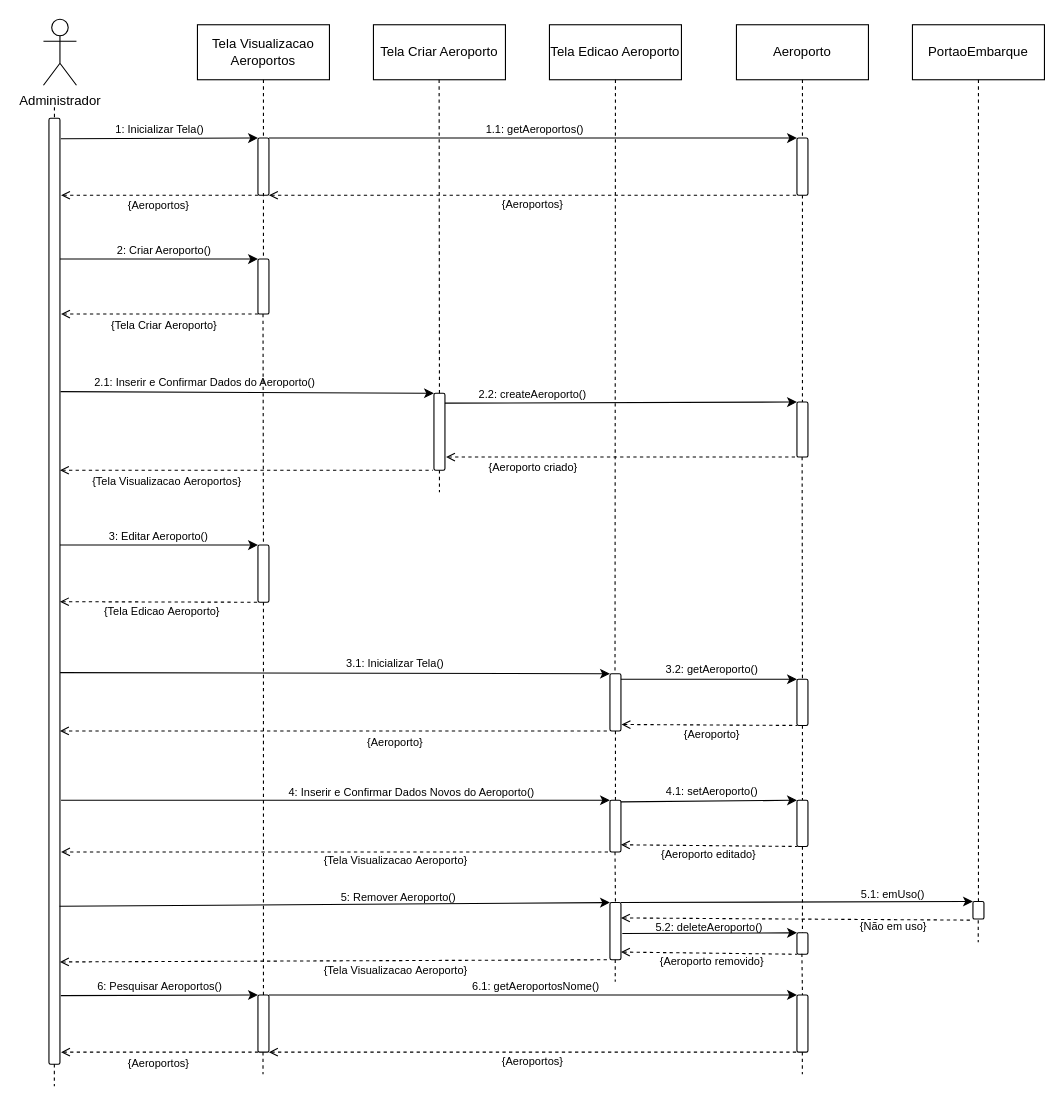
The draw.io diagram Diagramas/Eng_de_Software/Modelos/Sequencia/Manter_Aeroportos.drawio in GabrielGMori/trabalho-conclus-o-ano, before the edit. Source tidied: cells renumbered, new cells numbered last; positions are measured from the earlier drawing's top-left corner, leaving out a move shared by most shapes. Both pictures are drawn from the tidied source at 110%, with x=0, y=0 at pixel (43, 19).
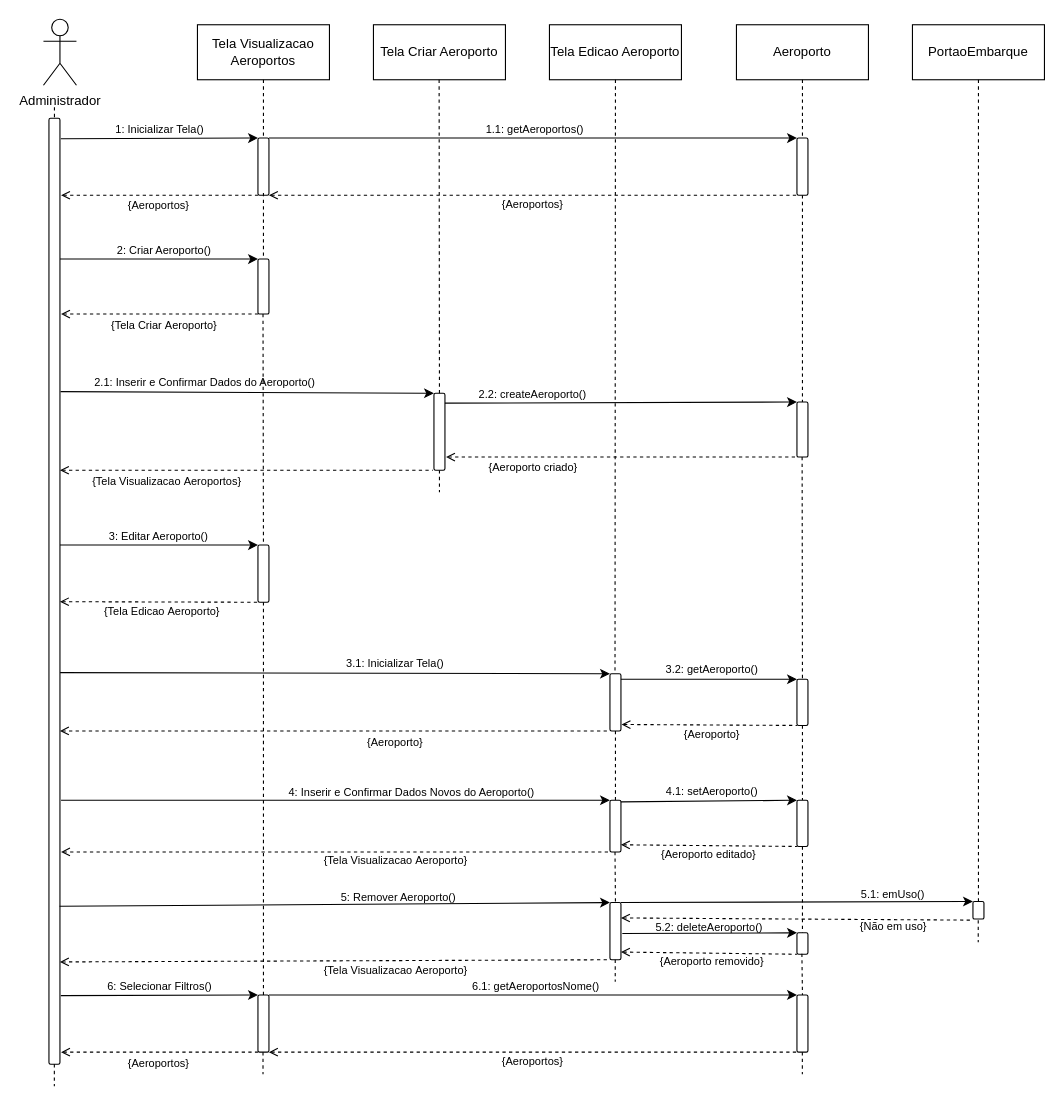
Above is the later version.

What changed in the source:
```diff
@@
-    <mxCell id="90" value="&lt;font&gt;6: Pesquisar &lt;/font&gt;Aeroporto&lt;font&gt;s()&lt;/font&gt;" style="text;html=1;align=center;verticalAlign=middle;whiteSpace=wrap;rounded=0;fontSize=10;" parent="1" vertex="1">
+    <mxCell id="90" value="&lt;font&gt;6:&amp;nbsp;&lt;/font&gt;&lt;font&gt;&lt;font style=&quot;border-color: var(--border-color);&quot;&gt;Selecionar Filtros&lt;/font&gt;&lt;font style=&quot;border-color: var(--border-color);&quot;&gt;()&lt;/font&gt;&lt;/font&gt;" style="text;html=1;align=center;verticalAlign=middle;whiteSpace=wrap;rounded=0;fontSize=10;" parent="1" vertex="1">
       <mxGeometry x="26" y="869" width="160" height="20" as="geometry" />
     </mxCell>
```
